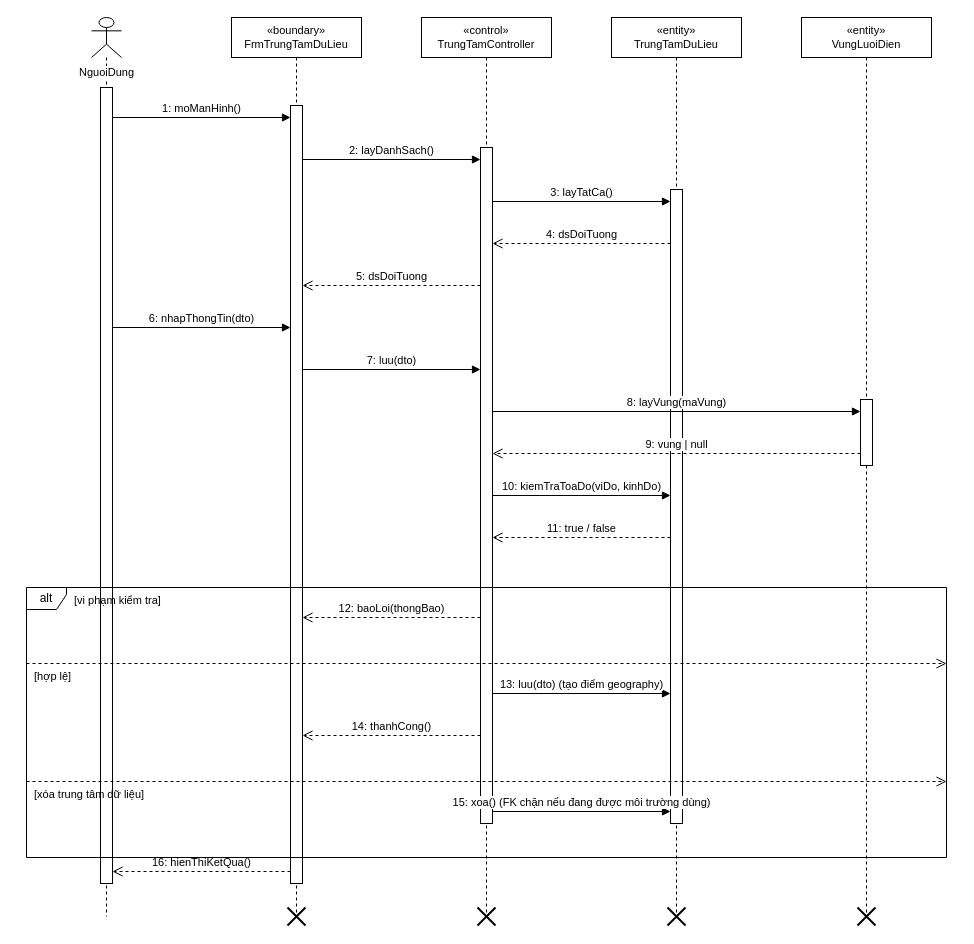
Above: docs/diagrams/03_TuanTu/UC_GD_007_Sequence_QuanLyTrungTamDuLieu.drawio in TranThienNhan8279/GreenDash (draw.io), before the change. Source tidied: cells renumbered, new cells numbered last; positions are measured from the earlier drawing's top-left corner, leaving out a move shared by most shapes. Both pictures are drawn from the tidied source at 100%, with x=0, y=0 at pixel (26, 17).
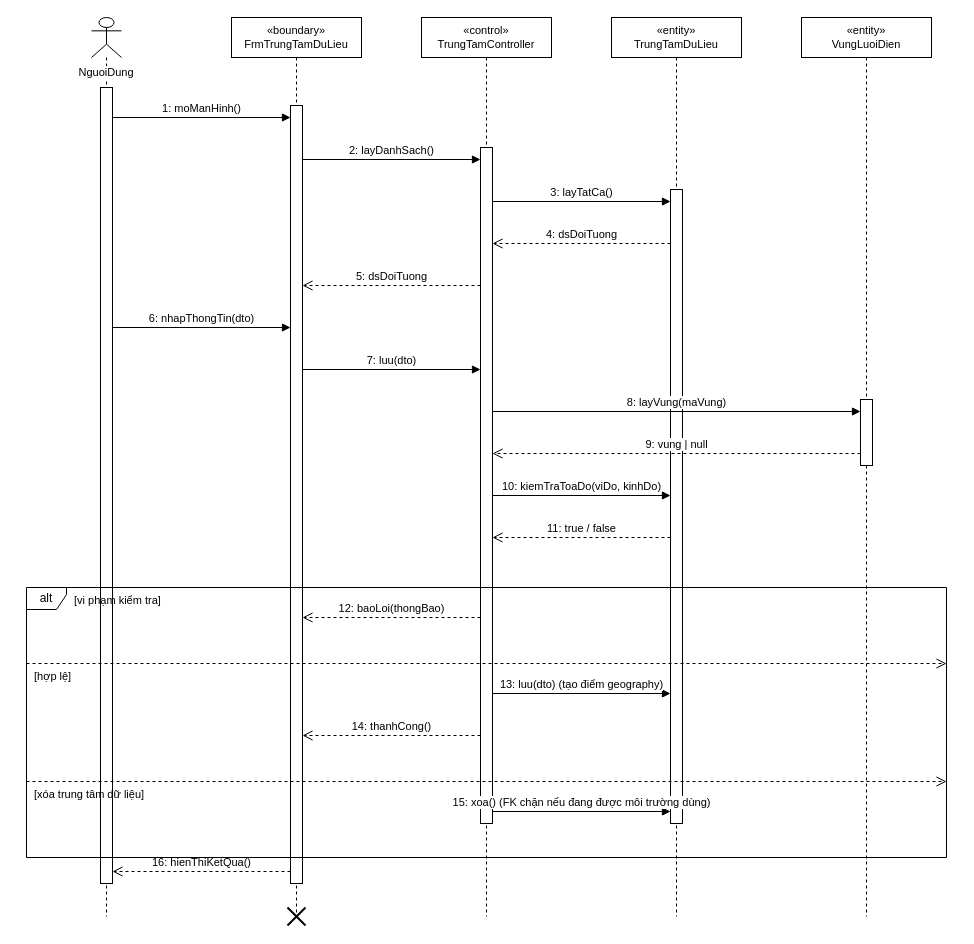
The same diagram, later.

Change to the diagram source:
```diff
@@
-    <mxCell id="2" value="NguoiDung" style="shape=umlLifeline;participant=umlActor;verticalAlign=top;spacingTop=42;labelBackgroundColor=#ffffff;perimeter=lifelinePerimeter;whiteSpace=nowrap;html=1;fontSize=11;" parent="1" vertex="1">
+    <mxCell id="2" value="NguoiDung" style="shape=umlLifeline;participant=umlActor;verticalAlign=top;spacingTop=42;labelBackgroundColor=#ffffff;perimeter=lifelinePerimeter;whiteSpace=wrap;html=1;fontSize=11;" parent="1" vertex="1">
       <mxGeometry x="65" width="30" height="899" as="geometry" />
     </mxCell>
@@
-    <mxCell id="11" style="shape=umlDestroy;html=1;strokeWidth=2;strokeColor=#000000;" parent="1" vertex="1">
-      <mxGeometry x="451" y="890" width="18" height="18" as="geometry" />
-    </mxCell>
@@
-    <mxCell id="13" style="shape=umlDestroy;html=1;strokeWidth=2;strokeColor=#000000;" parent="1" vertex="1">
-      <mxGeometry x="641" y="890" width="18" height="18" as="geometry" />
-    </mxCell>
@@
-    <mxCell id="15" style="shape=umlDestroy;html=1;strokeWidth=2;strokeColor=#000000;" parent="1" vertex="1">
-      <mxGeometry x="831" y="890" width="18" height="18" as="geometry" />
-    </mxCell>
```
